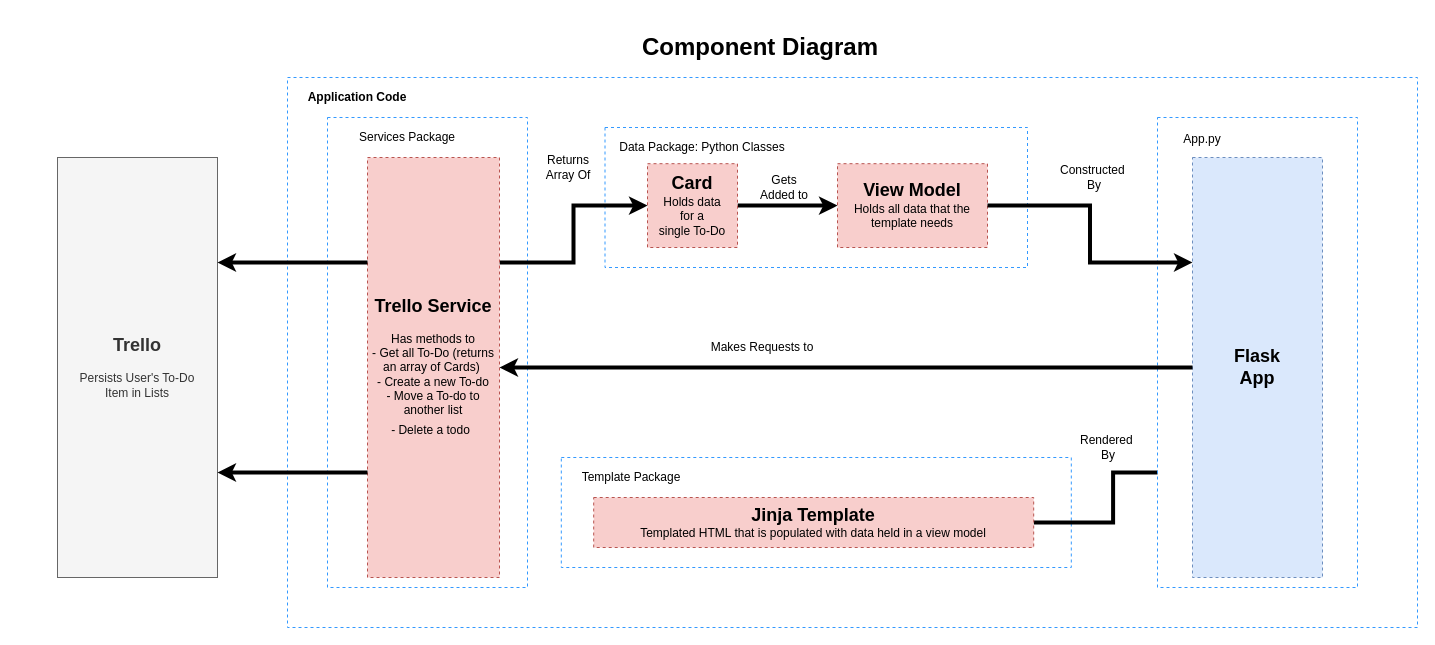
Before: page "Component Diagram" (3 of 3) of todo_app/documentation/C4Diagrams.drawio in angeline-tech/DevOps-Course-Starter, a draw.io diagram. Source tidied: cells renumbered, new cells numbered last; positions are measured from the earlier drawing's top-left corner, leaving out a move shared by most shapes. Both pictures are drawn from the tidied source at 100%, with x=0, y=0 at pixel (57, 27).
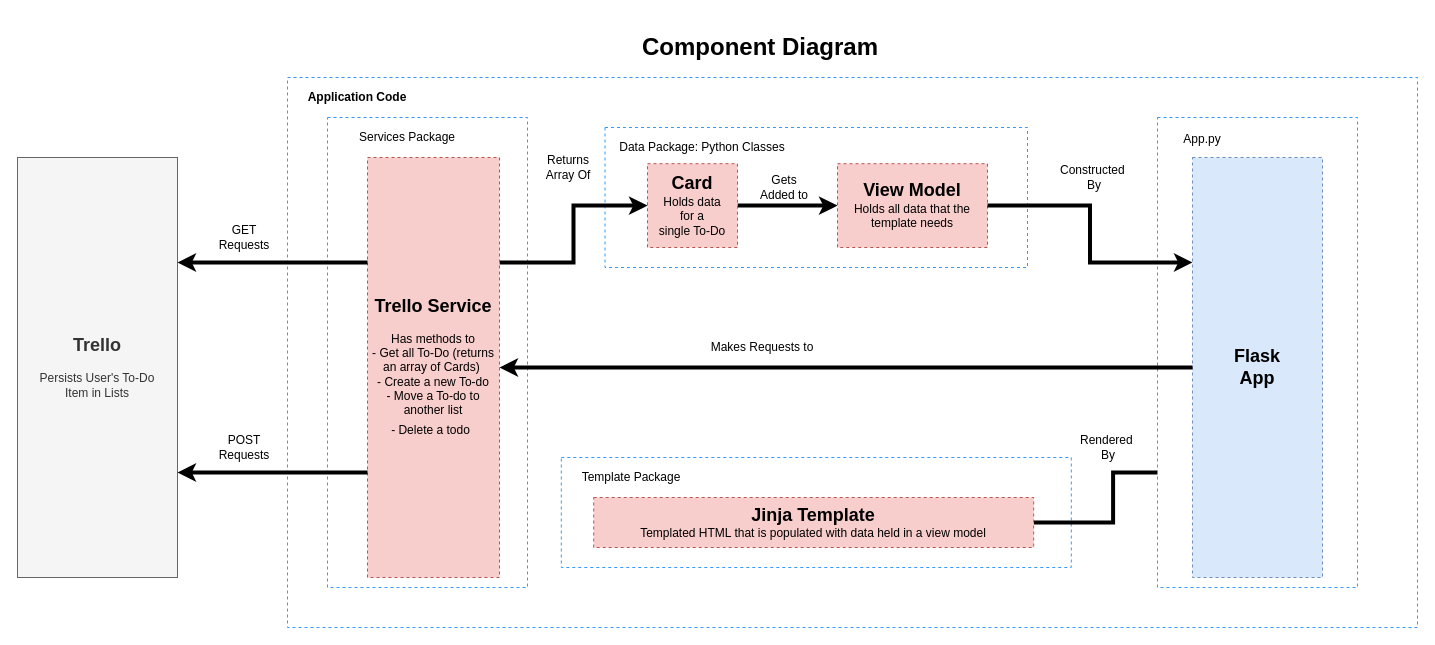
Above is the later version.

Commit message:
Update C4Diagrams.drawio - Minor change to Component Diagram

Diff of the diagram source:
```diff
@@
     <mxCell id="4" value="&lt;font style=&quot;font-size: 18px&quot;&gt;&lt;b&gt;Trello&lt;/b&gt;&lt;/font&gt;&lt;br&gt;&lt;br&gt;Persists User's To-Do&lt;br&gt;&amp;nbsp;Item in Lists&amp;nbsp;" style="rounded=0;whiteSpace=wrap;html=1;fillColor=#f5f5f5;strokeColor=#666666;fontColor=#333333;" parent="1" vertex="1">
-      <mxGeometry y="130" width="160" height="420" as="geometry" />
+      <mxGeometry x="-40" y="130" width="160" height="420" as="geometry" />
     </mxCell>
@@
+    <mxCell id="31" value="GET Requests" style="text;html=1;strokeColor=none;fillColor=none;align=center;verticalAlign=middle;whiteSpace=wrap;rounded=0;" parent="1" vertex="1">
+      <mxGeometry x="150" y="200" width="73.8" height="20" as="geometry" />
+    </mxCell>
+    <mxCell id="32" value="POST Requests" style="text;html=1;strokeColor=none;fillColor=none;align=center;verticalAlign=middle;whiteSpace=wrap;rounded=0;" parent="1" vertex="1">
+      <mxGeometry x="150" y="410" width="73.8" height="20" as="geometry" />
+    </mxCell>
```
